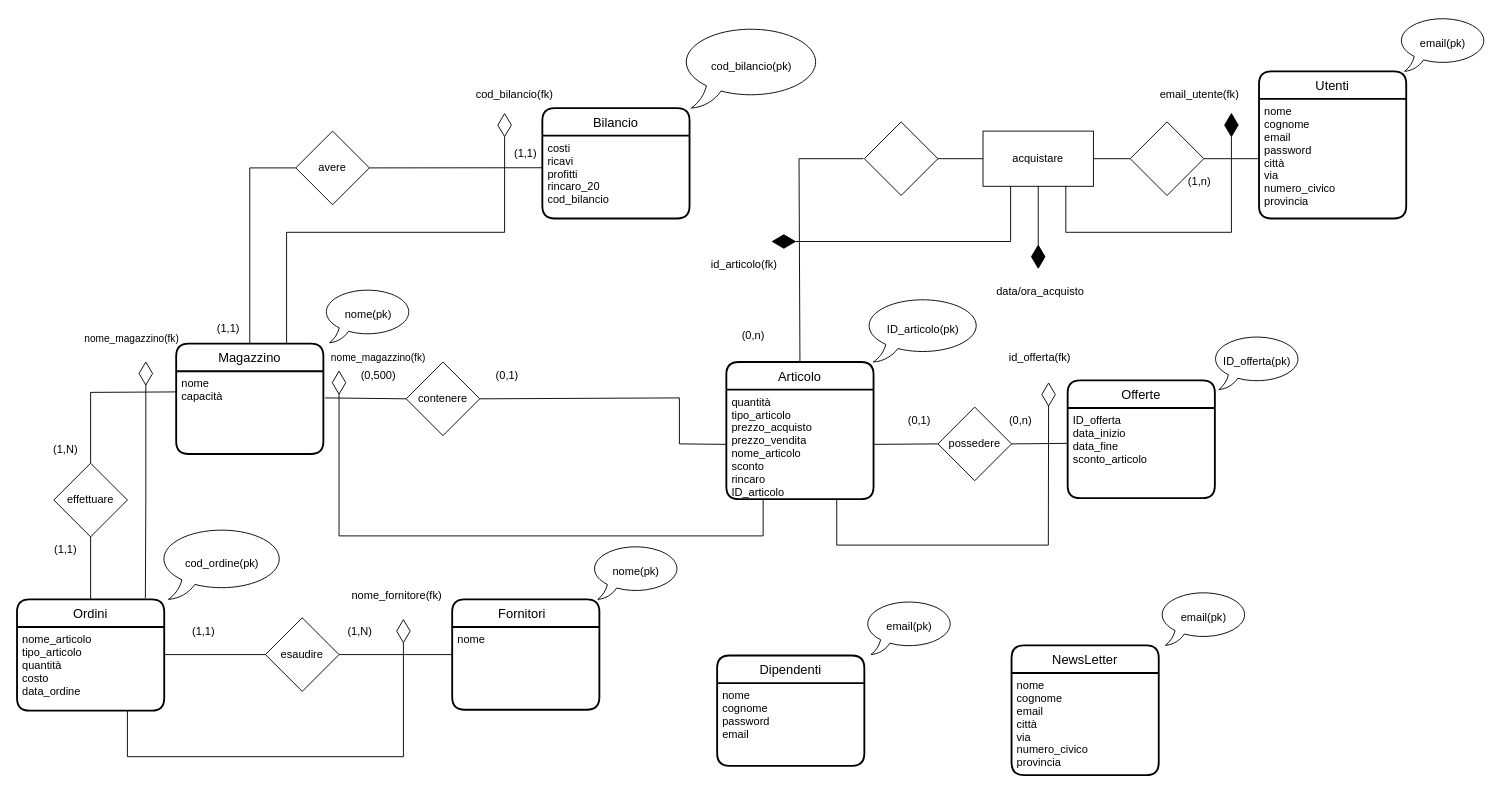
Bugigio/Negozi-Sportivi keeps this draw.io diagram as AccessPort.drawio. Above is the earlier version. Source tidied: cells renumbered, new cells numbered last; positions are measured from the earlier drawing's top-left corner, leaving out a move shared by most shapes. Both pictures are drawn from the tidied source at 92%, with x=0, y=0 at pixel (17, 16).
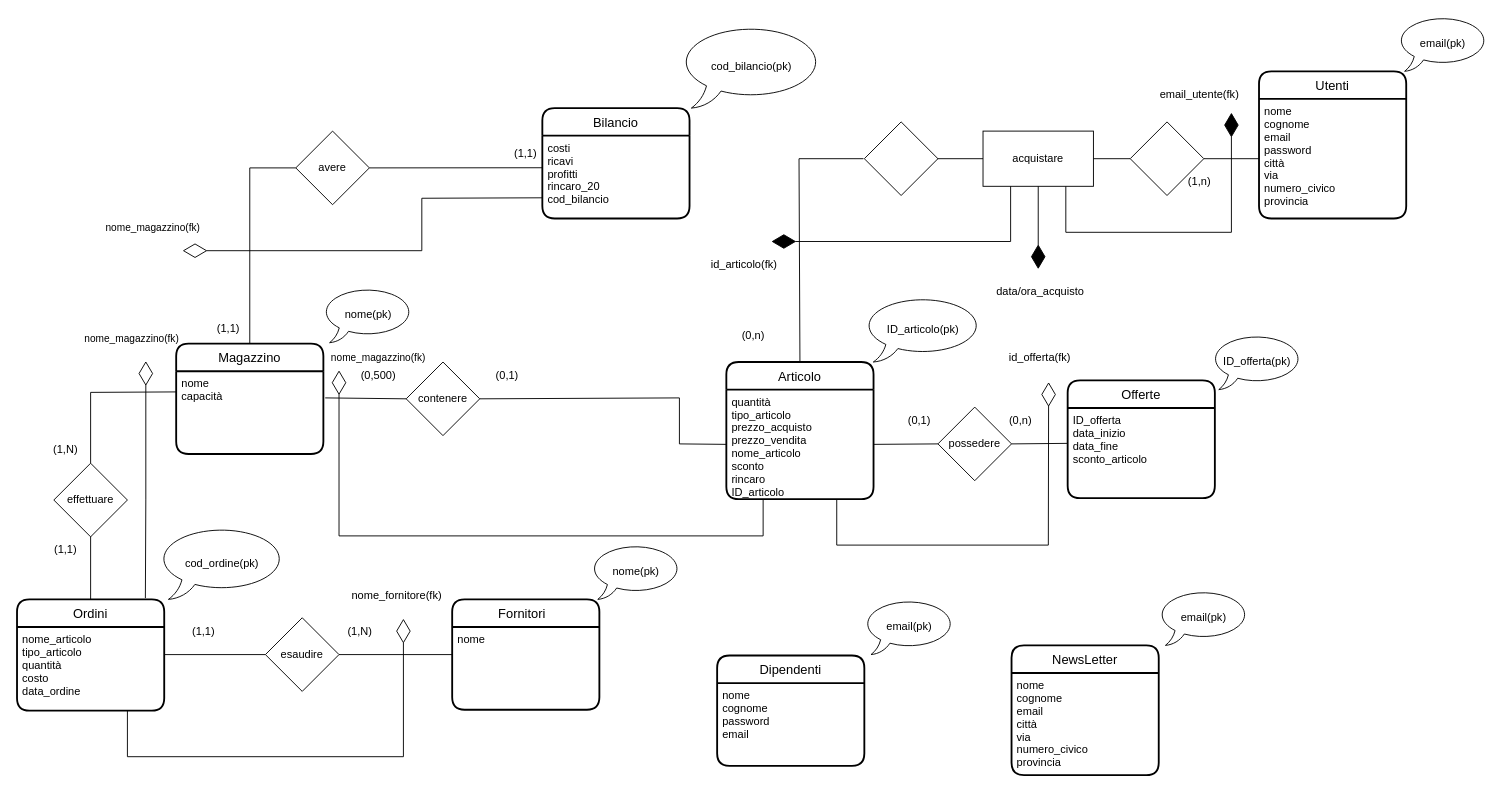
After the change.

Unchanged cells that the change refers to:
```xml
<mxCell id="13" value="costi&#10;ricavi&#10;profitti&#10;rincaro_20&#10;cod_bilancio" style="align=left;strokeColor=none;fillColor=none;spacingLeft=4;fontSize=12;verticalAlign=top;" parent="12" vertex="1">
  <mxGeometry y="30" width="160" height="90" as="geometry" />
</mxCell>
<mxCell id="18" value="Magazzino" style="swimlane;horizontal=1;startSize=30;rounded=1;fontSize=14;fontStyle=0;strokeWidth=2;shadow=0;dashed=0;align=center;fillColor=default;" parent="1" vertex="1">
  <mxGeometry x="173" y="356" width="160" height="120" as="geometry" />
</mxCell>
```

What changed in the source:
```diff
@@
-    <mxCell id="40" style="endArrow=diamondThin;endFill=0;endSize=24;html=1;rounded=0;exitX=0.75;exitY=0;exitDx=0;exitDy=0;" parent="1" edge="1" source="18">
+    <mxCell id="40" style="endArrow=diamondThin;endFill=0;endSize=24;html=1;rounded=0;exitX=0;exitY=0.75;exitDx=0;exitDy=0;" parent="1" edge="1" source="13">
       <mxGeometry relative="1" as="geometry">
-        <mxPoint x="530" y="105" as="targetPoint" />
+        <mxPoint x="180" y="255" as="targetPoint" />
         <Array as="points">
-          <mxPoint x="293" y="235" />
-          <mxPoint x="530" y="235" />
+          <mxPoint x="440" y="198" />
+          <mxPoint x="440" y="255" />
         </Array>
       </mxGeometry>
     </mxCell>
-    <mxCell id="41" value="cod_bilancio(fk)" style="text;html=1;strokeColor=none;fillColor=none;align=center;verticalAlign=middle;whiteSpace=wrap;rounded=0;" parent="1" vertex="1">
-      <mxGeometry x="511" y="70" width="60" height="30" as="geometry" />
-    </mxCell>
@@
+    <mxCell id="79" value="nome_magazzino(fk)" style="text;html=1;strokeColor=none;fillColor=none;align=center;verticalAlign=middle;whiteSpace=wrap;rounded=0;fontSize=11;" parent="1" vertex="1">
+      <mxGeometry x="123" y="215" width="50" height="30" as="geometry" />
+    </mxCell>
```
